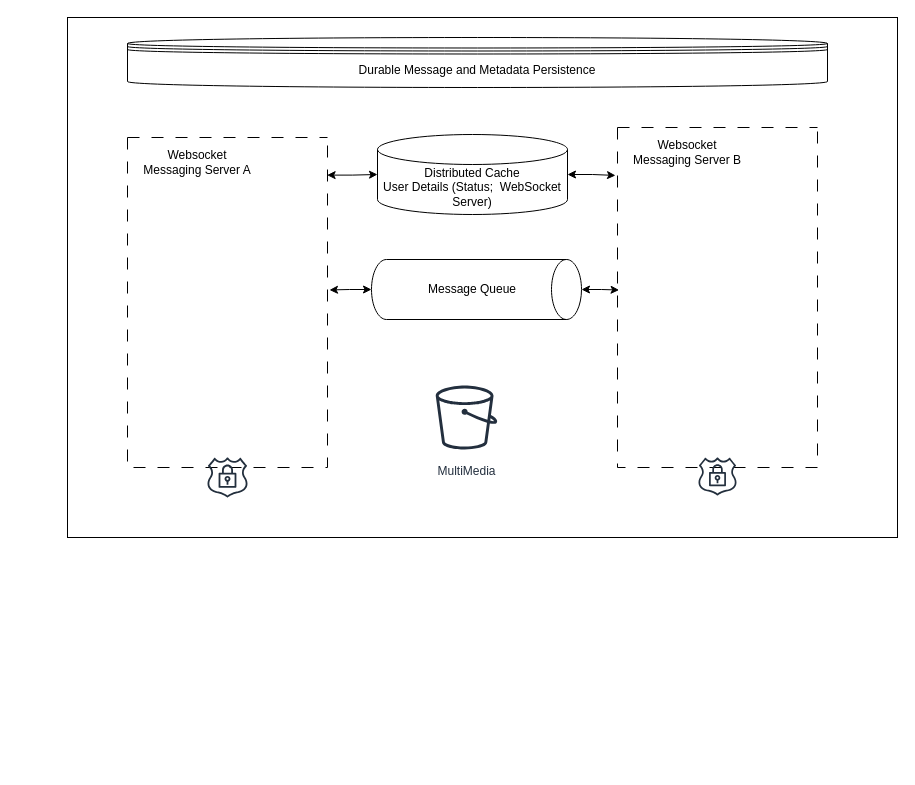
Before: MessagingApp.drawio in shooreshi/draw.io, a draw.io diagram. Source tidied: cells renumbered, new cells numbered last; positions are measured from the earlier drawing's top-left corner, leaving out a move shared by most shapes. Both pictures are drawn from the tidied source at 100%, with x=0, y=0 at pixel (67, 17).
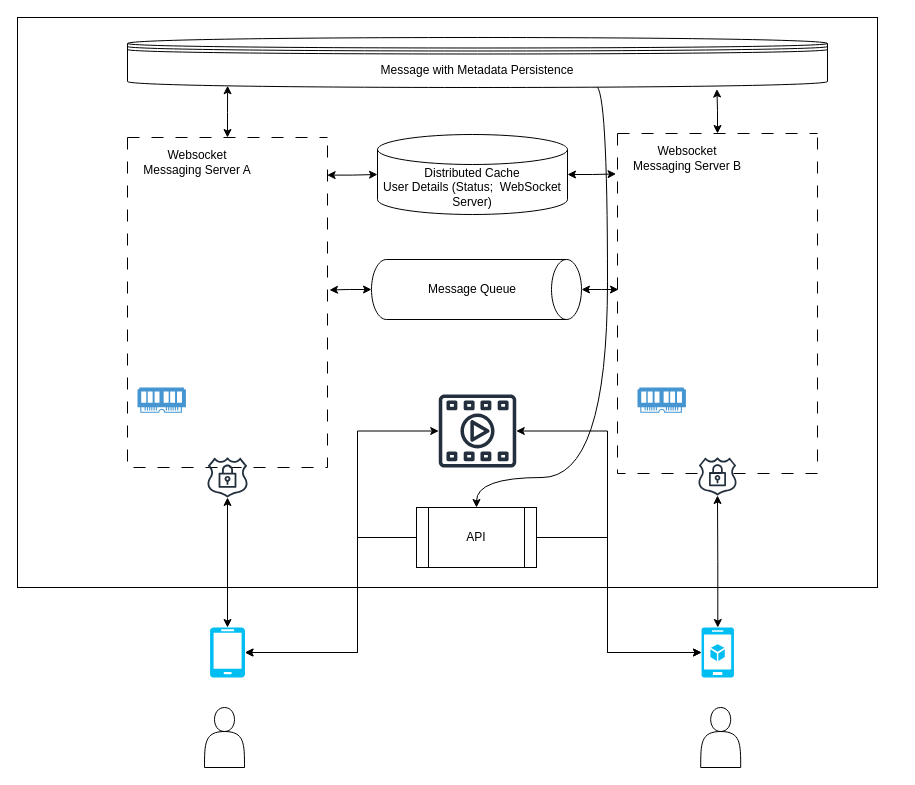
After the change.

The change refers to these unchanged cells:
```xml
<mxCell id="3" style="swimlane;startSize=0;dashed=1;dashPattern=12 12;" parent="1" vertex="1">
  <mxGeometry x="60" y="120" width="200" height="330" as="geometry" />
</mxCell>
<mxCell id="8" style="shape=cylinder3;whiteSpace=wrap;html=1;boundedLbl=1;backgroundOutline=1;size=15;rotation=90;" parent="1" vertex="1">
  <mxGeometry x="379" y="167" width="60" height="210" as="geometry" />
</mxCell>
<mxCell id="9" value="Distributed Cache&lt;div&gt;User Details (Status;&amp;nbsp; WebSocket Server)&lt;/div&gt;" style="shape=cylinder3;whiteSpace=wrap;html=1;boundedLbl=1;backgroundOutline=1;size=15;" parent="1" vertex="1">
  <mxGeometry x="310" y="117" width="190" height="80" as="geometry" />
</mxCell>
<mxCell id="14" style="sketch=0;outlineConnect=0;fontColor=#232F3E;gradientColor=none;fillColor=#232F3D;strokeColor=none;dashed=0;verticalLabelPosition=bottom;verticalAlign=top;align=center;html=1;fontSize=12;fontStyle=0;shape=mxgraph.aws4.ssl_padlock;" parent="1" vertex="1">
  <mxGeometry x="139.5" y="440" width="41" height="40" as="geometry" />
</mxCell>
<mxCell id="15" style="sketch=0;outlineConnect=0;fontColor=#232F3E;gradientColor=none;fillColor=#232F3D;strokeColor=none;dashed=0;verticalLabelPosition=bottom;verticalAlign=top;align=center;html=1;fontSize=12;fontStyle=0;shape=mxgraph.aws4.ssl_padlock;" parent="1" vertex="1">
  <mxGeometry x="630.5" y="440" width="39" height="38" as="geometry" />
</mxCell>
```

What changed in the source:
```diff
@@
     <mxCell id="2" style="rounded=0;whiteSpace=wrap;html=1;" parent="1" vertex="1">
-      <mxGeometry width="830" height="520" as="geometry" />
+      <mxGeometry x="-50" width="860" height="570" as="geometry" />
     </mxCell>
@@
+    <mxCell id="18" style="shadow=0;dashed=0;html=1;strokeColor=none;fillColor=#4495D1;labelPosition=center;verticalLabelPosition=bottom;verticalAlign=top;align=center;shape=mxgraph.veeam.ram;" parent="3" vertex="1">
+      <mxGeometry x="10" y="250" width="48.4" height="25.2" as="geometry" />
+    </mxCell>
     <mxCell id="5" style="swimlane;startSize=0;dashed=1;dashPattern=12 12;" parent="1" vertex="1">
-      <mxGeometry x="550" y="110" width="200" height="340" as="geometry" />
+      <mxGeometry x="550" y="116" width="200" height="340" as="geometry" />
     </mxCell>
@@
+    <mxCell id="19" style="shadow=0;dashed=0;html=1;strokeColor=none;fillColor=#4495D1;labelPosition=center;verticalLabelPosition=bottom;verticalAlign=top;align=center;shape=mxgraph.veeam.ram;" parent="5" vertex="1">
+      <mxGeometry x="20" y="254" width="48.4" height="25.2" as="geometry" />
+    </mxCell>
+    <mxCell id="20" style="edgeStyle=orthogonalEdgeStyle;rounded=0;jettySize=auto;html=1;curved=1;exitX=0.669;exitY=0.971;exitDx=0;exitDy=0;exitPerimeter=0;" parent="1" edge="1" source="7" target="29">
+      <mxGeometry relative="1" as="geometry">
+        <Array as="points">
+          <mxPoint x="540" y="69" />
+          <mxPoint x="540" y="460" />
+          <mxPoint x="409" y="460" />
+        </Array>
+      </mxGeometry>
+    </mxCell>
-    <mxCell id="7" value="Durable Message and Metadata Persistence" style="shape=datastore;whiteSpace=wrap;html=1;" parent="1" vertex="1">
+    <mxCell id="7" value="Message with Metadata Persistence" style="shape=datastore;whiteSpace=wrap;html=1;" parent="1" vertex="1">
       <mxGeometry x="60" y="20" width="700" height="50" as="geometry" />
     </mxCell>
@@
-    <mxCell id="11" value="MultiMedia" style="sketch=0;fontColor=#232F3E;gradientColor=none;strokeColor=#232F3E;fillColor=#ffffff;dashed=0;verticalLabelPosition=bottom;verticalAlign=top;align=center;html=1;fontSize=12;fontStyle=0;shape=mxgraph.aws4.resourceIcon;resIcon=mxgraph.aws4.bucket;" parent="1" vertex="1">
-      <mxGeometry x="359" y="360" width="80" height="80" as="geometry" />
-    </mxCell>
@@
-    <mxCell id="13" style="edgeStyle=orthogonalEdgeStyle;rounded=0;jettySize=auto;html=1;entryX=-0.01;entryY=0.141;entryDx=0;entryDy=0;entryPerimeter=0;startArrow=classic;startFill=1;" parent="1" edge="1" source="9" target="5">
+    <mxCell id="13" style="edgeStyle=orthogonalEdgeStyle;rounded=0;jettySize=auto;html=1;entryX=-0.007;entryY=0.119;entryDx=0;entryDy=0;entryPerimeter=0;startArrow=classic;startFill=1;" parent="1" edge="1" source="9" target="5">
       <mxGeometry relative="1" as="geometry" />
     </mxCell>
@@
-    <mxCell id="17" style="edgeStyle=orthogonalEdgeStyle;rounded=0;jettySize=auto;html=1;entryX=0.008;entryY=0.478;entryDx=0;entryDy=0;entryPerimeter=0;startArrow=classic;startFill=1;" parent="1" edge="1" source="8" target="5">
+    <mxCell id="17" style="edgeStyle=orthogonalEdgeStyle;rounded=0;jettySize=auto;html=1;entryX=0.005;entryY=0.459;entryDx=0;entryDy=0;entryPerimeter=0;startArrow=classic;startFill=1;" parent="1" edge="1" source="8" target="5">
       <mxGeometry relative="1" as="geometry" />
     </mxCell>
+    <mxCell id="21" style="edgeStyle=orthogonalEdgeStyle;rounded=0;jettySize=auto;html=1;startArrow=classic;startFill=1;" parent="1" edge="1" source="22" target="14">
+      <mxGeometry relative="1" as="geometry" />
+    </mxCell>
+    <mxCell id="22" style="verticalLabelPosition=bottom;html=1;verticalAlign=top;align=center;strokeColor=none;fillColor=#00BEF2;shape=mxgraph.azure.mobile;" parent="1" vertex="1">
+      <mxGeometry x="142.5" y="610" width="35" height="50" as="geometry" />
+    </mxCell>
+    <mxCell id="23" style="edgeStyle=orthogonalEdgeStyle;rounded=0;jettySize=auto;html=1;startArrow=classic;startFill=1;" parent="1" edge="1" source="24" target="15">
+      <mxGeometry relative="1" as="geometry" />
+    </mxCell>
+    <mxCell id="24" style="verticalLabelPosition=bottom;html=1;verticalAlign=top;align=center;strokeColor=none;fillColor=#00BEF2;shape=mxgraph.azure.mobile_services;" parent="1" vertex="1">
+      <mxGeometry x="634" y="610" width="32.5" height="50" as="geometry" />
+    </mxCell>
+    <mxCell id="25" style="shape=actor;whiteSpace=wrap;html=1;" parent="1" vertex="1">
+      <mxGeometry x="137" y="690" width="40" height="60" as="geometry" />
+    </mxCell>
+    <mxCell id="26" style="shape=actor;whiteSpace=wrap;html=1;" parent="1" vertex="1">
+      <mxGeometry x="633.2" y="690" width="40" height="60" as="geometry" />
+    </mxCell>
+    <mxCell id="27" style="edgeStyle=orthogonalEdgeStyle;rounded=0;jettySize=auto;html=1;entryX=0.143;entryY=0.965;entryDx=0;entryDy=0;entryPerimeter=0;startArrow=classic;startFill=1;" parent="1" edge="1" source="3" target="7">
+      <mxGeometry relative="1" as="geometry" />
+    </mxCell>
+    <mxCell id="28" style="edgeStyle=orthogonalEdgeStyle;rounded=0;jettySize=auto;html=1;entryX=0.842;entryY=1.031;entryDx=0;entryDy=0;entryPerimeter=0;startArrow=classic;startFill=1;" parent="1" edge="1" source="5" target="7">
+      <mxGeometry relative="1" as="geometry" />
+    </mxCell>
+    <mxCell id="29" value="API" style="shape=process;whiteSpace=wrap;html=1;backgroundOutline=1;" parent="1" vertex="1">
+      <mxGeometry x="349" y="490" width="120" height="60" as="geometry" />
+    </mxCell>
+    <mxCell id="30" style="edgeStyle=orthogonalEdgeStyle;rounded=0;jettySize=auto;html=1;entryX=1;entryY=0.5;entryDx=0;entryDy=0;entryPerimeter=0;startArrow=classic;startFill=1;" parent="1" edge="1" source="31" target="22">
+      <mxGeometry relative="1" as="geometry">
+        <Array as="points">
+          <mxPoint x="290" y="414" />
+          <mxPoint x="290" y="635" />
+        </Array>
+      </mxGeometry>
+    </mxCell>
+    <mxCell id="31" style="sketch=0;outlineConnect=0;fontColor=#232F3E;gradientColor=none;fillColor=#232F3D;strokeColor=none;dashed=0;verticalLabelPosition=bottom;verticalAlign=top;align=center;html=1;fontSize=12;fontStyle=0;shape=mxgraph.aws4.multimedia;" parent="1" vertex="1">
+      <mxGeometry x="371" y="377" width="78" height="73" as="geometry" />
+    </mxCell>
+    <mxCell id="32" style="edgeStyle=orthogonalEdgeStyle;rounded=0;jettySize=auto;html=1;entryX=1;entryY=0.5;entryDx=0;entryDy=0;entryPerimeter=0;startArrow=none;startFill=0;" parent="1" edge="1" source="29" target="22">
+      <mxGeometry relative="1" as="geometry">
+        <Array as="points">
+          <mxPoint x="290" y="520" />
+          <mxPoint x="290" y="635" />
+        </Array>
+      </mxGeometry>
+    </mxCell>
+    <mxCell id="33" style="edgeStyle=orthogonalEdgeStyle;rounded=0;jettySize=auto;html=1;entryX=0;entryY=0.5;entryDx=0;entryDy=0;entryPerimeter=0;startArrow=classic;startFill=1;" parent="1" edge="1" source="31" target="24">
+      <mxGeometry relative="1" as="geometry">
+        <Array as="points">
+          <mxPoint x="540" y="414" />
+          <mxPoint x="540" y="635" />
+        </Array>
+      </mxGeometry>
+    </mxCell>
+    <mxCell id="34" style="edgeStyle=orthogonalEdgeStyle;rounded=0;jettySize=auto;html=1;entryX=0;entryY=0.5;entryDx=0;entryDy=0;entryPerimeter=0;startArrow=none;startFill=0;" parent="1" edge="1" source="29" target="24">
+      <mxGeometry relative="1" as="geometry">
+        <Array as="points">
+          <mxPoint x="540" y="520" />
+          <mxPoint x="540" y="635" />
+        </Array>
+      </mxGeometry>
+    </mxCell>
```
